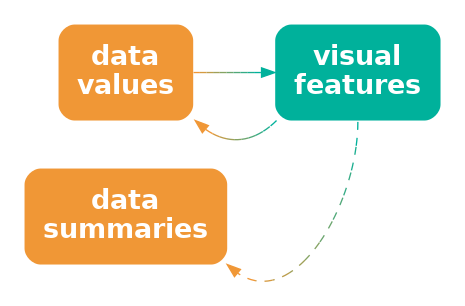
Earlier version of the Graphviz export Diagrams/data-vis-stat-decode.png (pmur002/hdvw). Its source is kept beside it as Diagrams/data-vis-stat-decode.dot.
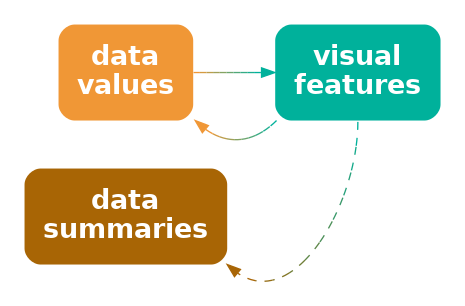
The same diagram one commit later.

What changed in the source:
```diff
@@ -2,11 +2,11 @@
   graph [ rankdir=LR; margin=.2; nodesep=.5 ];
   node [ fontsize=20; fontname="sans bold"; margin=.2 ];
   data [ label="data\nvalues"; shape=box; style="filled, rounded"; penwidth=0; fontcolor=white; fillcolor="#F09736" ]
-  stat [ label="data\nsummaries"; shape=box; style="filled, rounded"; penwidth=0; fontcolor=white; fillcolor="#F09736" ]
+  stat [ label="data\nsummaries"; shape=box; style="filled, rounded"; penwidth=0; fontcolor=white; fillcolor="#A86505" ]
   vis [ label="visual\nfeatures"; shape=box;
      style="filled, rounded"; penwidth=0; fontcolor=white; fillcolor="#00B19B" ]
   data -> vis [ color="#F09736;0.1:#D59A41;0.1:#BB9D4C;0.1:#A0A058;0.1:#85A363;0.1:#6BA56E;0.1:#50A879;0.1:#35AB85;0.1:#1BAE90;0.1:#00B19B;0.1" ]
   vis:sw -> data:se [ style="dashed", color="#00B19B;0.1:#1BAE90;0.1:#35AB85;0.1:#50A879;0.1:#6BA56E;0.1:#85A363;0.1:#A0A058;0.1:#BB9D4C;0.1:#D59A41;0.1:#F09736;0.1" ]
-  vis:s -> stat:se [ style="dashed", color="#00B19B;0.1:#1BAE90;0.1:#35AB85;0.1:#50A879;0.1:#6BA56E;0.1:#85A363;0.1:#A0A058;0.1:#BB9D4C;0.1:#D59A41;0.1:#F09736;0.1" ]
+  vis:s -> stat:se [ style="dashed", color="#00B19B;0.1:#13A98A;0.1:#25A07A;0.1:#389869;0.1:#4B8F58;0.1:#5D8748;0.1:#707E37;0.1:#837626;0.1:#956D16;0.1:#A86505;0.1" ]
 { rank=same; data, stat }
 }
```
